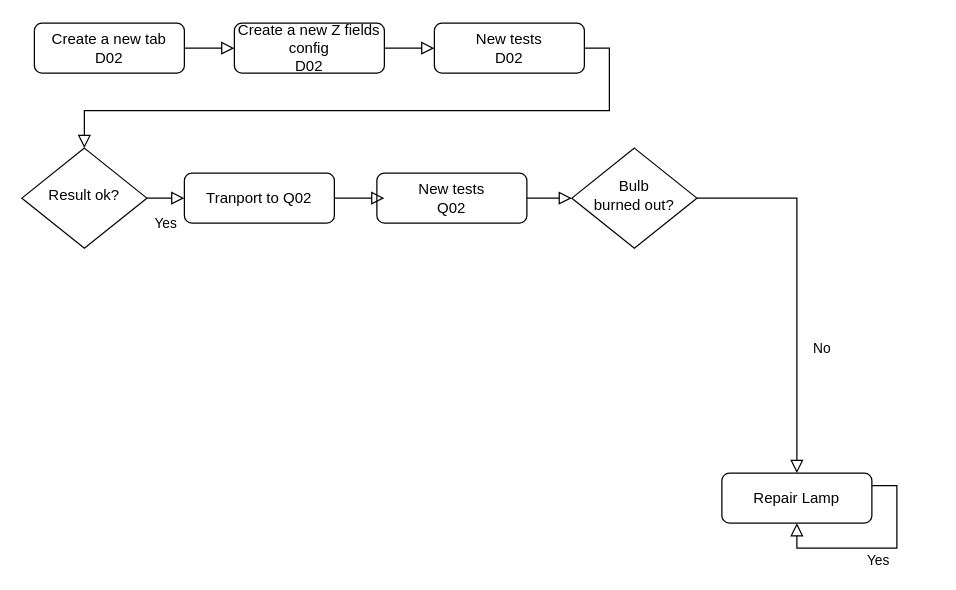
Above: Untitled Diagram.drawio in edmilson-nascimento/dsv (draw.io), before the change. Source tidied: cells renumbered, new cells numbered last; positions are measured from the earlier drawing's top-left corner, leaving out a move shared by most shapes. Both pictures are drawn from the tidied source at 125%, with x=0, y=0 at pixel (21, 22).
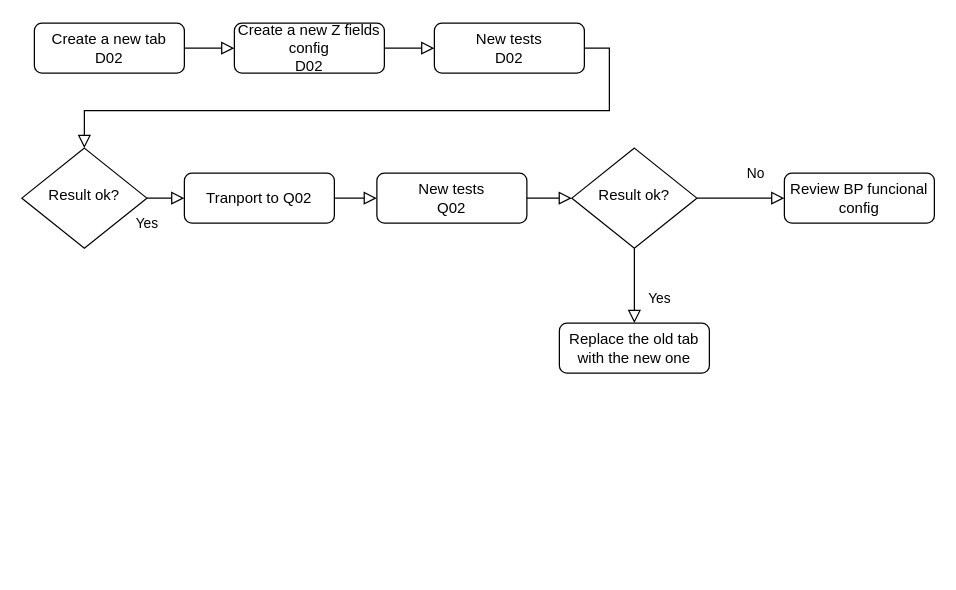
The same diagram, later.

Diff of the diagram source:
```diff
@@
 <mxGraphModel>
   <root>
     <mxCell id="0" />
     <mxCell id="1" parent="0" />
     <mxCell id="2" style="rounded=0;html=1;jettySize=auto;fontSize=11;endArrow=block;endFill=0;endSize=8;strokeWidth=1;shadow=0;labelBackgroundColor=none;edgeStyle=orthogonalEdgeStyle;exitX=1;exitY=0.5;exitDx=0;exitDy=0;" parent="1" edge="1" source="12" target="5">
       <mxGeometry relative="1" as="geometry" />
     </mxCell>
     <mxCell id="3" value="Create a new tab&lt;br&gt;D02" style="rounded=1;whiteSpace=wrap;html=1;fontSize=12;glass=0;strokeWidth=1;shadow=0;" parent="1" vertex="1">
       <mxGeometry x="10" width="120" height="40" as="geometry" />
     </mxCell>
     <mxCell id="4" value="Yes" style="rounded=0;html=1;jettySize=auto;fontSize=11;endArrow=block;endFill=0;endSize=8;strokeWidth=1;shadow=0;labelBackgroundColor=none;edgeStyle=orthogonalEdgeStyle;entryX=0;entryY=0.5;entryDx=0;entryDy=0;" parent="1" edge="1" source="5" target="10">
-      <mxGeometry y="20" relative="1" as="geometry" />
+      <mxGeometry x="-1" y="-20" relative="1" as="geometry" />
     </mxCell>
     <mxCell id="5" value="Result ok?" style="rhombus;whiteSpace=wrap;html=1;shadow=0;fontFamily=Helvetica;fontSize=12;align=center;strokeWidth=1;spacing=6;spacingTop=-4;" parent="1" vertex="1">
       <mxGeometry y="100" width="100" height="80" as="geometry" />
     </mxCell>
-    <mxCell id="6" value="No" style="rounded=0;html=1;jettySize=auto;fontSize=11;endArrow=block;endFill=0;endSize=8;strokeWidth=1;shadow=0;labelBackgroundColor=none;edgeStyle=orthogonalEdgeStyle;" parent="1" edge="1" source="8" target="9">
+    <mxCell id="6" value="Yes" style="rounded=0;html=1;jettySize=auto;fontSize=11;endArrow=block;endFill=0;endSize=8;strokeWidth=1;shadow=0;labelBackgroundColor=none;edgeStyle=orthogonalEdgeStyle;exitX=0.5;exitY=1;exitDx=0;exitDy=0;" parent="1" edge="1" source="8" target="9">
       <mxGeometry x="0.33" y="20" relative="1" as="geometry" />
     </mxCell>
-    <mxCell id="7" value="Yes" style="edgeStyle=orthogonalEdgeStyle;rounded=0;html=1;jettySize=auto;orthogonalLoop=1;fontSize=11;endArrow=block;endFill=0;endSize=8;strokeWidth=1;shadow=0;labelBackgroundColor=none;exitX=1;exitY=0.25;exitDx=0;exitDy=0;entryX=0.5;entryY=1;entryDx=0;entryDy=0;" parent="1" edge="1" source="9" target="9">
-      <mxGeometry y="10" relative="1" as="geometry" />
-    </mxCell>
-    <mxCell id="8" value="Bulb&lt;br&gt;burned out?" style="rhombus;whiteSpace=wrap;html=1;shadow=0;fontFamily=Helvetica;fontSize=12;align=center;strokeWidth=1;spacing=6;spacingTop=-4;" parent="1" vertex="1">
+    <mxCell id="8" value="Result ok?" style="rhombus;whiteSpace=wrap;html=1;shadow=0;fontFamily=Helvetica;fontSize=12;align=center;strokeWidth=1;spacing=6;spacingTop=-4;" parent="1" vertex="1">
       <mxGeometry x="440" y="100" width="100" height="80" as="geometry" />
     </mxCell>
-    <mxCell id="9" value="Repair Lamp" style="rounded=1;whiteSpace=wrap;html=1;fontSize=12;glass=0;strokeWidth=1;shadow=0;" parent="1" vertex="1">
-      <mxGeometry x="560" y="360" width="120" height="40" as="geometry" />
+    <mxCell id="9" value="Replace the old tab with the new one" style="rounded=1;whiteSpace=wrap;html=1;fontSize=12;glass=0;strokeWidth=1;shadow=0;" parent="1" vertex="1">
+      <mxGeometry x="430" y="240" width="120" height="40" as="geometry" />
     </mxCell>
     <mxCell id="10" value="Tranport to Q02" style="rounded=1;whiteSpace=wrap;html=1;fontSize=12;glass=0;strokeWidth=1;shadow=0;" parent="1" vertex="1">
       <mxGeometry x="130" y="120" width="120" height="40" as="geometry" />
     </mxCell>
     <mxCell id="11" value="Create a new Z fields config&lt;br&gt;D02" style="rounded=1;whiteSpace=wrap;html=1;fontSize=12;glass=0;strokeWidth=1;shadow=0;" parent="1" vertex="1">
       <mxGeometry x="170" width="120" height="40" as="geometry" />
     </mxCell>
     <mxCell id="12" value="New tests&lt;br&gt;D02" style="rounded=1;whiteSpace=wrap;html=1;fontSize=12;glass=0;strokeWidth=1;shadow=0;" parent="1" vertex="1">
       <mxGeometry x="330" width="120" height="40" as="geometry" />
     </mxCell>
     <mxCell id="13" style="rounded=0;html=1;jettySize=auto;fontSize=11;endArrow=block;endFill=0;endSize=8;strokeWidth=1;shadow=0;labelBackgroundColor=none;edgeStyle=orthogonalEdgeStyle;exitX=1;exitY=0.5;exitDx=0;exitDy=0;entryX=0;entryY=0.5;entryDx=0;entryDy=0;" parent="1" edge="1" source="3" target="11">
       <mxGeometry relative="1" as="geometry" />
     </mxCell>
     <mxCell id="14" style="rounded=0;html=1;jettySize=auto;fontSize=11;endArrow=block;endFill=0;endSize=8;strokeWidth=1;shadow=0;labelBackgroundColor=none;edgeStyle=orthogonalEdgeStyle;exitX=1;exitY=0.5;exitDx=0;exitDy=0;entryX=0;entryY=0.5;entryDx=0;entryDy=0;" parent="1" edge="1" source="11" target="12">
       <mxGeometry relative="1" as="geometry" />
     </mxCell>
     <mxCell id="15" value="New tests&lt;br&gt;Q02" style="rounded=1;whiteSpace=wrap;html=1;fontSize=12;glass=0;strokeWidth=1;shadow=0;" parent="1" vertex="1">
       <mxGeometry x="284" y="120" width="120" height="40" as="geometry" />
     </mxCell>
-    <mxCell id="16" style="rounded=0;html=1;jettySize=auto;fontSize=11;endArrow=block;endFill=0;endSize=8;strokeWidth=1;shadow=0;labelBackgroundColor=none;edgeStyle=orthogonalEdgeStyle;exitX=1;exitY=0.5;exitDx=0;exitDy=0;" parent="1" edge="1" source="10">
-      <mxGeometry relative="1" as="geometry">
-        <mxPoint x="290" y="140" as="targetPoint" />
-      </mxGeometry>
+    <mxCell id="16" style="rounded=0;html=1;jettySize=auto;fontSize=11;endArrow=block;endFill=0;endSize=8;strokeWidth=1;shadow=0;labelBackgroundColor=none;edgeStyle=orthogonalEdgeStyle;exitX=1;exitY=0.5;exitDx=0;exitDy=0;entryX=0;entryY=0.5;entryDx=0;entryDy=0;" parent="1" edge="1" source="10" target="15">
+      <mxGeometry relative="1" as="geometry" />
     </mxCell>
     <mxCell id="17" style="rounded=0;html=1;jettySize=auto;fontSize=11;endArrow=block;endFill=0;endSize=8;strokeWidth=1;shadow=0;labelBackgroundColor=none;edgeStyle=orthogonalEdgeStyle;exitX=1;exitY=0.5;exitDx=0;exitDy=0;entryX=0;entryY=0.5;entryDx=0;entryDy=0;" parent="1" edge="1" source="15" target="8">
       <mxGeometry relative="1" as="geometry" />
     </mxCell>
+    <mxCell id="18" value="Review BP funcional config" style="rounded=1;whiteSpace=wrap;html=1;fontSize=12;glass=0;strokeWidth=1;shadow=0;" parent="1" vertex="1">
+      <mxGeometry x="610" y="120" width="120" height="40" as="geometry" />
+    </mxCell>
+    <mxCell id="19" value="No" style="rounded=0;html=1;jettySize=auto;fontSize=11;endArrow=block;endFill=0;endSize=8;strokeWidth=1;shadow=0;labelBackgroundColor=none;edgeStyle=orthogonalEdgeStyle;exitX=1;exitY=0.5;exitDx=0;exitDy=0;entryX=0;entryY=0.5;entryDx=0;entryDy=0;" parent="1" edge="1" source="8" target="18">
+      <mxGeometry x="0.33" y="20" relative="1" as="geometry" />
+    </mxCell>
   </root>
 </mxGraphModel>
```
